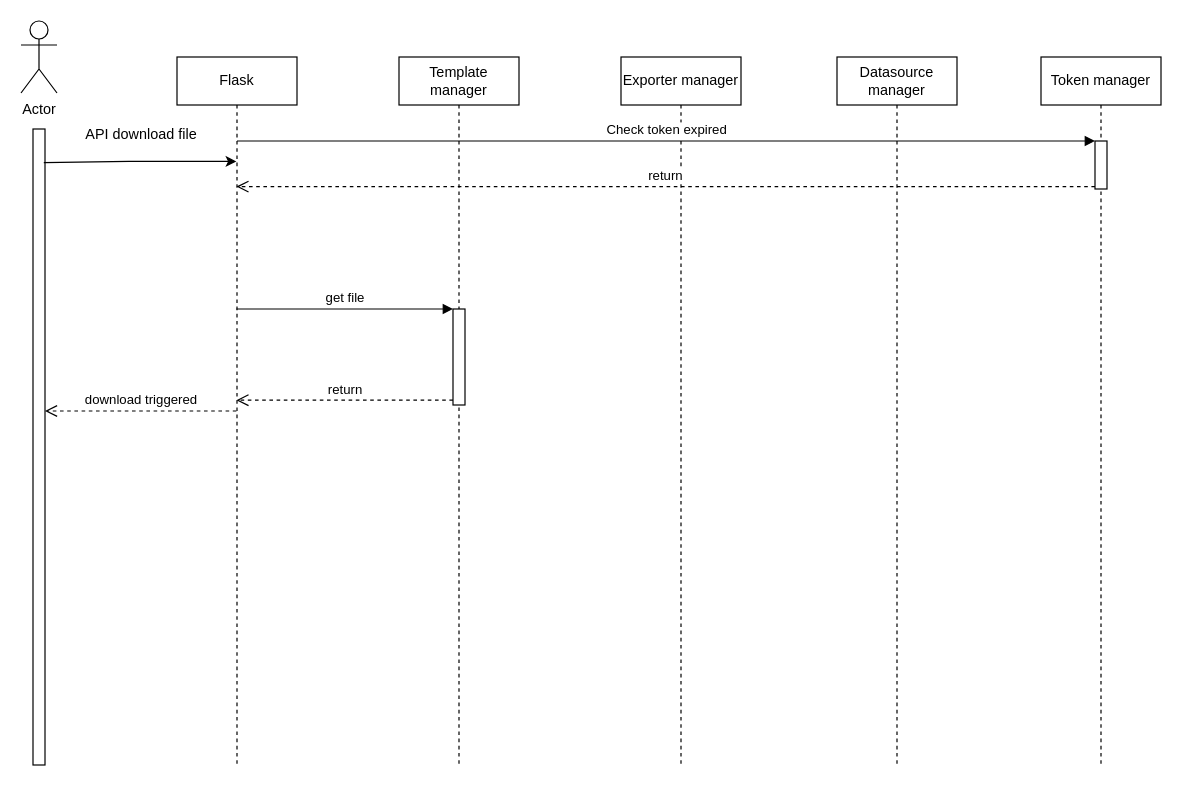
The draw.io diagram page "API download file" (3 of 4) of Download install script.drawio in AlicasticAnhthu/apiflask, before the edit. Source tidied: cells renumbered, new cells numbered last; positions are measured from the earlier drawing's top-left corner, leaving out a move shared by most shapes. Both pictures are drawn from the tidied source at 120%, with x=0, y=0 at pixel (20, 20).
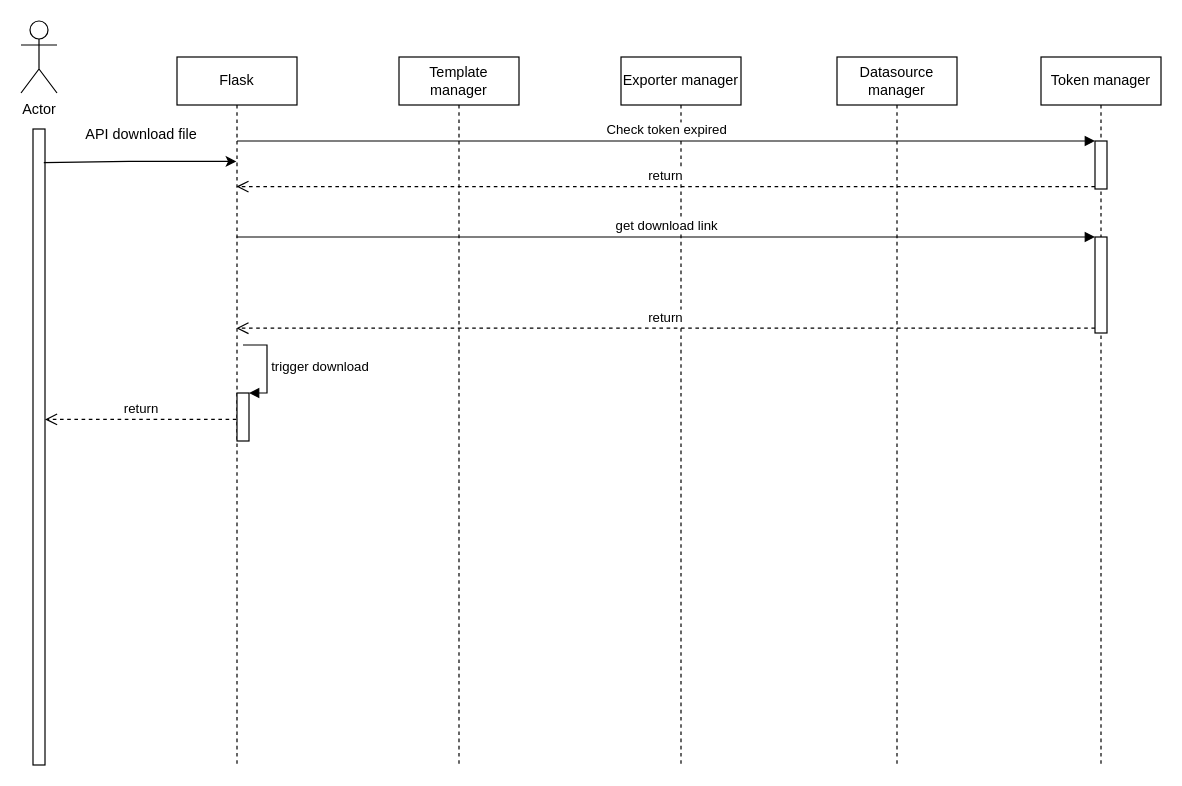
The same diagram, later.

Unchanged cells that the change refers to:
```xml
<mxCell id="3" value="Flask" style="shape=umlLifeline;perimeter=lifelinePerimeter;whiteSpace=wrap;html=1;outlineConnect=0;" parent="1" vertex="1">
  <mxGeometry x="130" y="30" width="100" height="590" as="geometry" />
</mxCell>
<mxCell id="4" value="Template manager" style="shape=umlLifeline;perimeter=lifelinePerimeter;whiteSpace=wrap;html=1;" parent="1" vertex="1">
  <mxGeometry x="315" y="30" width="100" height="590" as="geometry" />
</mxCell>
<mxCell id="7" value="Token manager" style="shape=umlLifeline;perimeter=lifelinePerimeter;whiteSpace=wrap;html=1;" parent="1" vertex="1">
  <mxGeometry x="850" y="30" width="100" height="590" as="geometry" />
</mxCell>
<mxCell id="9" style="html=1;points=[];perimeter=orthogonalPerimeter;" parent="1" vertex="1">
  <mxGeometry x="10" y="90" width="10" height="530" as="geometry" />
</mxCell>
```

Diff of the diagram source:
```diff
@@
+    <mxCell id="18" style="html=1;points=[];perimeter=orthogonalPerimeter;" parent="3" vertex="1">
+      <mxGeometry x="50" y="280" width="10" height="40" as="geometry" />
+    </mxCell>
+    <mxCell id="19" value="trigger download&amp;nbsp;" style="edgeStyle=orthogonalEdgeStyle;html=1;align=left;spacingLeft=2;endArrow=block;rounded=0;entryX=1;entryY=0;" parent="3" edge="1" target="18">
+      <mxGeometry relative="1" as="geometry">
+        <mxPoint x="55" y="240" as="sourcePoint" />
+        <Array as="points">
+          <mxPoint x="75" y="240" />
+        </Array>
+      </mxGeometry>
+    </mxCell>
@@
-    <mxCell id="5" style="html=1;points=[];perimeter=orthogonalPerimeter;" parent="4" vertex="1">
-      <mxGeometry x="45" y="210" width="10" height="80" as="geometry" />
-    </mxCell>
@@
+    <mxCell id="5" style="html=1;points=[];perimeter=orthogonalPerimeter;" parent="7" vertex="1">
+      <mxGeometry x="45" y="150" width="10" height="80" as="geometry" />
+    </mxCell>
@@
-    <mxCell id="15" value="get file" style="html=1;verticalAlign=bottom;endArrow=block;entryX=0;entryY=0;rounded=0;" parent="1" edge="1" source="3" target="5">
+    <mxCell id="15" value="get download link" style="html=1;verticalAlign=bottom;endArrow=block;entryX=0;entryY=0;rounded=0;" parent="1" edge="1" source="3" target="5">
       <mxGeometry relative="1" as="geometry" />
     </mxCell>
@@
-    <mxCell id="17" value="download triggered" style="html=1;verticalAlign=bottom;endArrow=open;dashed=1;endSize=8;rounded=0;" parent="1" edge="1" source="3" target="9">
-      <mxGeometry relative="1" as="geometry" />
+    <mxCell id="17" value="return" style="html=1;verticalAlign=bottom;endArrow=open;dashed=1;endSize=8;rounded=0;" parent="1" edge="1">
+      <mxGeometry relative="1" as="geometry">
+        <mxPoint x="179.5" y="332" as="sourcePoint" />
+        <mxPoint x="20" y="332" as="targetPoint" />
+      </mxGeometry>
     </mxCell>
```
